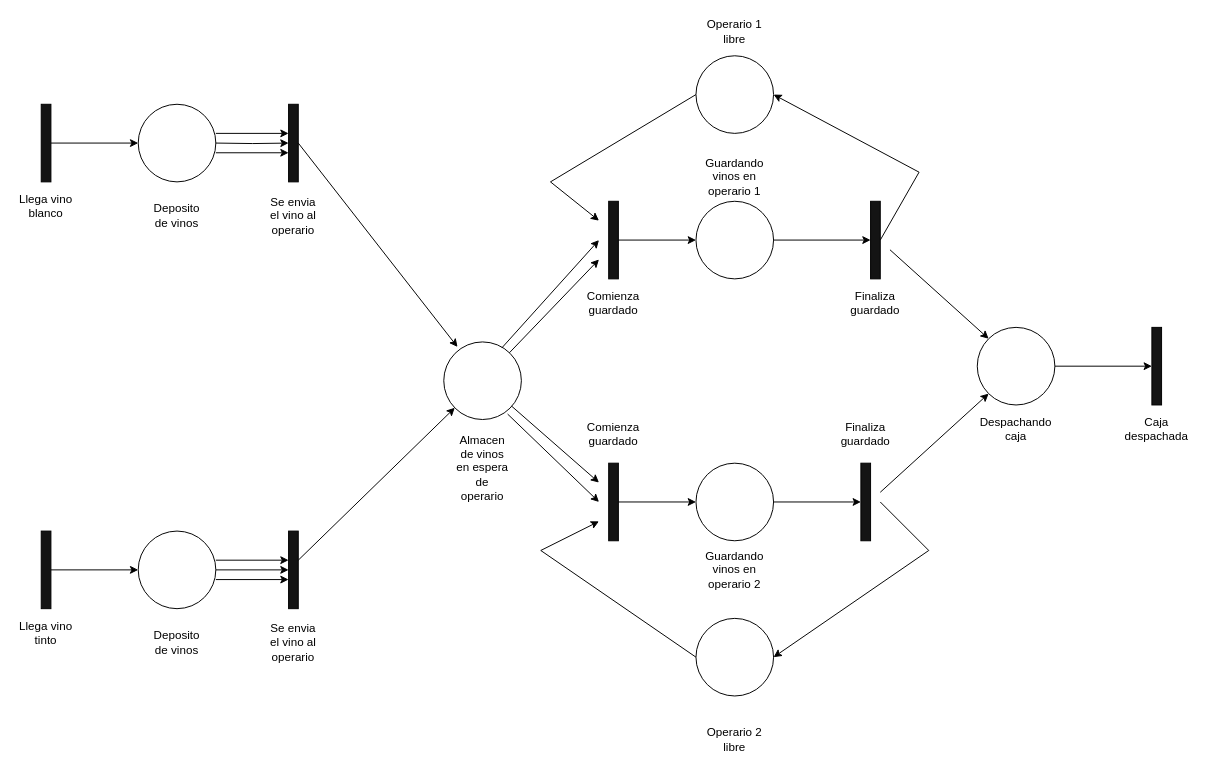
Earlier version of the draw.io diagram RP /Ejercicio_2.drawio (imnotsetro/IDS-1). Source tidied: cells renumbered, new cells numbered last; positions are measured from the earlier drawing's top-left corner, leaving out a move shared by most shapes. Both pictures are drawn from the tidied source at 97%, with x=0, y=0 at pixel (16, 16).
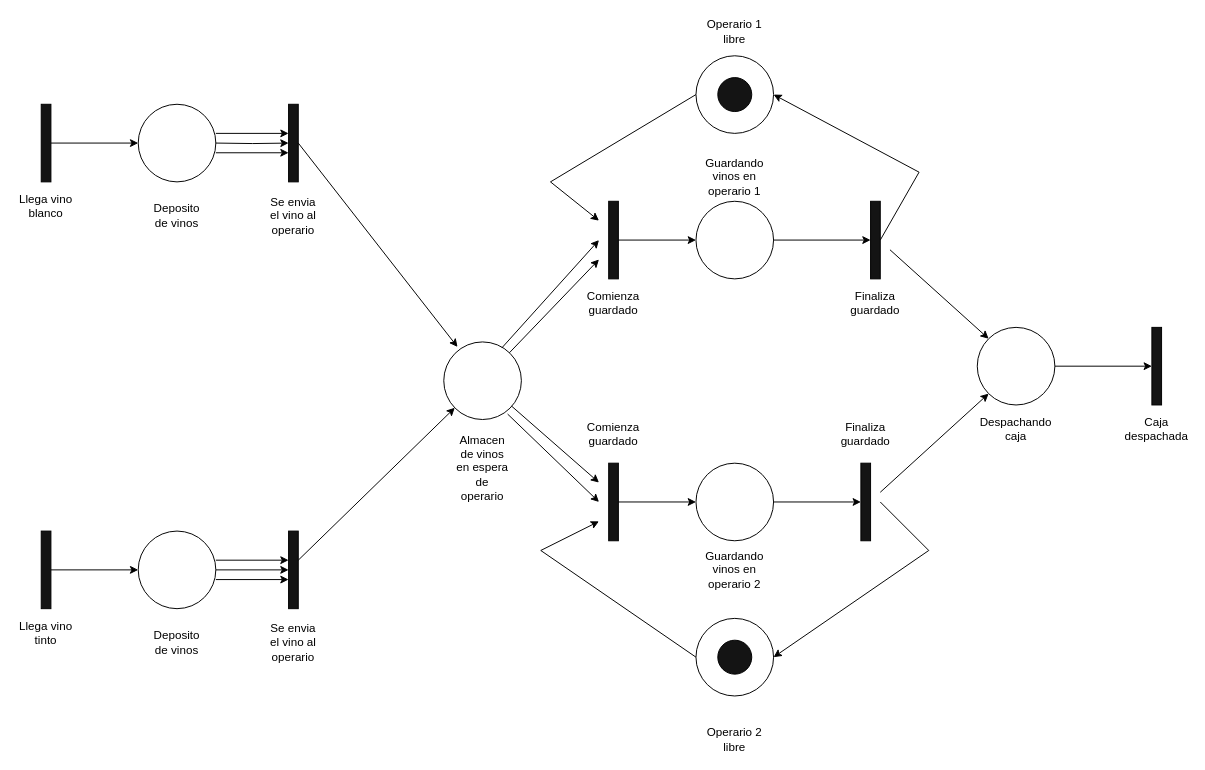
Above is the later version.

What changed in the source:
```diff
@@
+    <mxCell id="62" style="ellipse;whiteSpace=wrap;html=1;fillColor=#141414;" parent="1" vertex="1">
+      <mxGeometry x="722.5" y="62.5" width="35" height="35" as="geometry" />
+    </mxCell>
+    <mxCell id="63" style="ellipse;whiteSpace=wrap;html=1;fillColor=#141414;" parent="1" vertex="1">
+      <mxGeometry x="722.5" y="642.5" width="35" height="35" as="geometry" />
+    </mxCell>
```
